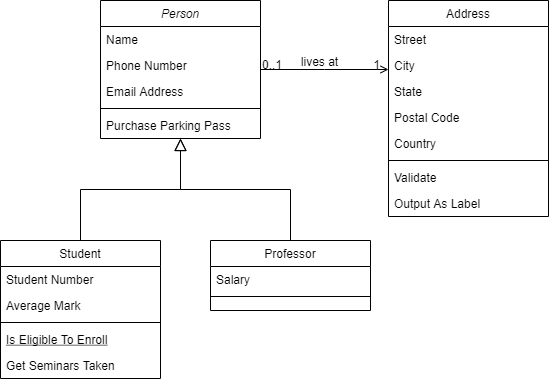
Earlier version of the draw.io export TurboFi Diagram.drawio.png (TuboFit/documentacao). Source tidied: cells renumbered, new cells last; positions are measured from the earlier drawing's top-left corner, leaving out a move shared by most shapes.
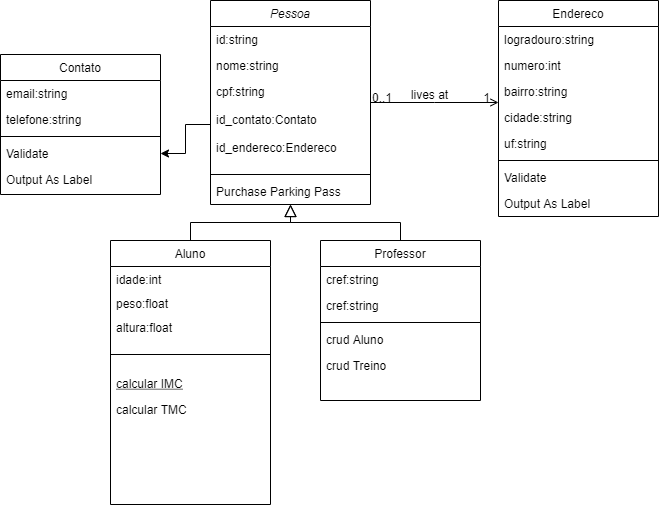
After the change.

Diff of the diagram source:
```diff
@@ -2,75 +2,87 @@
   <root>
     <mxCell id="0" />
     <mxCell id="1" parent="0" />
-    <mxCell id="2" value="Person" style="swimlane;fontStyle=2;align=center;verticalAlign=top;horizontal=1;startSize=26;rounded=0;shadow=0;strokeWidth=1;" parent="1" vertex="1">
-      <mxGeometry x="100" width="160" height="138" as="geometry" />
+    <mxCell id="2" value="Pessoa" style="swimlane;fontStyle=2;align=center;verticalAlign=top;horizontal=1;startSize=26;rounded=0;shadow=0;strokeWidth=1;" parent="1" vertex="1">
+      <mxGeometry x="100" width="160" height="204" as="geometry" />
     </mxCell>
-    <mxCell id="3" value="Name" style="text;align=left;verticalAlign=top;spacingLeft=4;spacingRight=4;overflow=hidden;" parent="2" vertex="1">
+    <mxCell id="3" value="id:string" style="text;align=left;verticalAlign=top;spacingLeft=4;spacingRight=4;overflow=hidden;" parent="2" vertex="1">
       <mxGeometry y="26" width="160" height="26" as="geometry" />
     </mxCell>
-    <mxCell id="4" value="Phone Number" style="text;align=left;verticalAlign=top;spacingLeft=4;spacingRight=4;overflow=hidden;rounded=0;shadow=0;html=0;" parent="2" vertex="1">
+    <mxCell id="4" value="nome:string" style="text;align=left;verticalAlign=top;spacingLeft=4;spacingRight=4;overflow=hidden;rounded=0;shadow=0;html=0;" parent="2" vertex="1">
       <mxGeometry y="52" width="160" height="26" as="geometry" />
     </mxCell>
-    <mxCell id="5" value="Email Address" style="text;align=left;verticalAlign=top;spacingLeft=4;spacingRight=4;overflow=hidden;points=[[0,0.5],[1,0.5]];portConstraint=eastwest;rounded=0;shadow=0;html=0;" parent="2" vertex="1">
-      <mxGeometry y="78" width="160" height="26" as="geometry" />
+    <mxCell id="5" value="cpf:string&#10;&#10;id_contato:Contato&#10;&#10;id_endereco:Endereco" style="text;align=left;verticalAlign=top;spacingLeft=4;spacingRight=4;overflow=hidden;points=[[0,0.5],[1,0.5]];portConstraint=eastwest;rounded=0;shadow=0;html=0;" parent="2" vertex="1">
+      <mxGeometry y="78" width="160" height="92" as="geometry" />
     </mxCell>
     <mxCell id="6" style="line;html=1;strokeWidth=1;align=left;verticalAlign=middle;spacingTop=-1;spacingLeft=3;spacingRight=3;labelPosition=right;" parent="2" vertex="1">
-      <mxGeometry y="104" width="160" height="8" as="geometry" />
+      <mxGeometry y="170" width="160" height="8" as="geometry" />
     </mxCell>
     <mxCell id="7" value="Purchase Parking Pass" style="text;align=left;verticalAlign=top;spacingLeft=4;spacingRight=4;overflow=hidden;" parent="2" vertex="1">
-      <mxGeometry y="112" width="160" height="26" as="geometry" />
+      <mxGeometry y="178" width="160" height="26" as="geometry" />
     </mxCell>
-    <mxCell id="8" value="Student" style="swimlane;fontStyle=0;align=center;verticalAlign=top;horizontal=1;startSize=26;rounded=0;shadow=0;strokeWidth=1;" parent="1" vertex="1">
-      <mxGeometry y="240" width="160" height="138" as="geometry" />
+    <mxCell id="8" value="Aluno" style="swimlane;fontStyle=0;align=center;verticalAlign=top;horizontal=1;startSize=26;rounded=0;shadow=0;strokeWidth=1;" parent="1" vertex="1">
+      <mxGeometry y="240" width="160" height="264" as="geometry" />
     </mxCell>
-    <mxCell id="9" value="Student Number" style="text;align=left;verticalAlign=top;spacingLeft=4;spacingRight=4;overflow=hidden;" parent="8" vertex="1">
-      <mxGeometry y="26" width="160" height="26" as="geometry" />
-    </mxCell>
-    <mxCell id="10" value="Average Mark" style="text;align=left;verticalAlign=top;spacingLeft=4;spacingRight=4;overflow=hidden;rounded=0;shadow=0;html=0;" parent="8" vertex="1">
-      <mxGeometry y="52" width="160" height="26" as="geometry" />
+    <mxCell id="10" value="idade:int&#10;&#10;altura:float&#10;&#10;peso:flooat&#10;" style="text;align=left;verticalAlign=top;spacingLeft=4;spacingRight=4;overflow=hidden;rounded=0;shadow=0;html=0;" parent="8" vertex="1">
+      <mxGeometry y="26" width="160" height="24" as="geometry" />
     </mxCell>
+    <mxCell id="32" value="peso:float" style="text;align=left;verticalAlign=top;spacingLeft=4;spacingRight=4;overflow=hidden;rounded=0;shadow=0;html=0;" parent="8" vertex="1">
+      <mxGeometry y="50" width="160" height="24" as="geometry" />
+    </mxCell>
+    <mxCell id="33" value="altura:float" style="text;align=left;verticalAlign=top;spacingLeft=4;spacingRight=4;overflow=hidden;rounded=0;shadow=0;html=0;" parent="8" vertex="1">
+      <mxGeometry y="74" width="160" height="24" as="geometry" />
+    </mxCell>
     <mxCell id="11" style="line;html=1;strokeWidth=1;align=left;verticalAlign=middle;spacingTop=-1;spacingLeft=3;spacingRight=3;labelPosition=right;" parent="8" vertex="1">
-      <mxGeometry y="78" width="160" height="8" as="geometry" />
+      <mxGeometry y="98" width="160" height="32" as="geometry" />
     </mxCell>
-    <mxCell id="12" value="Is Eligible To Enroll" style="text;align=left;verticalAlign=top;spacingLeft=4;spacingRight=4;overflow=hidden;fontStyle=4;" parent="8" vertex="1">
-      <mxGeometry y="86" width="160" height="26" as="geometry" />
+    <mxCell id="12" value="calcular IMC" style="text;align=left;verticalAlign=top;spacingLeft=4;spacingRight=4;overflow=hidden;fontStyle=4;" parent="8" vertex="1">
+      <mxGeometry y="130" width="160" height="26" as="geometry" />
     </mxCell>
-    <mxCell id="13" value="Get Seminars Taken" style="text;align=left;verticalAlign=top;spacingLeft=4;spacingRight=4;overflow=hidden;" parent="8" vertex="1">
-      <mxGeometry y="112" width="160" height="26" as="geometry" />
+    <mxCell id="13" value="calcular TMC" style="text;align=left;verticalAlign=top;spacingLeft=4;spacingRight=4;overflow=hidden;" parent="8" vertex="1">
+      <mxGeometry y="156" width="160" height="26" as="geometry" />
     </mxCell>
     <mxCell id="14" style="endArrow=block;endSize=10;endFill=0;shadow=0;strokeWidth=1;rounded=0;edgeStyle=elbowEdgeStyle;elbow=vertical;" parent="1" edge="1" source="8" target="2">
       <mxGeometry relative="1" as="geometry" />
     </mxCell>
     <mxCell id="15" value="Professor" style="swimlane;fontStyle=0;align=center;verticalAlign=top;horizontal=1;startSize=26;rounded=0;shadow=0;strokeWidth=1;" parent="1" vertex="1">
-      <mxGeometry x="210" y="240" width="160" height="70" as="geometry" />
+      <mxGeometry x="210" y="240" width="160" height="160" as="geometry" />
     </mxCell>
-    <mxCell id="16" value="Salary" style="text;align=left;verticalAlign=top;spacingLeft=4;spacingRight=4;overflow=hidden;" parent="15" vertex="1">
+    <mxCell id="16" value="cref:string" style="text;align=left;verticalAlign=top;spacingLeft=4;spacingRight=4;overflow=hidden;" parent="15" vertex="1">
       <mxGeometry y="26" width="160" height="26" as="geometry" />
     </mxCell>
+    <mxCell id="34" value="cref:string" style="text;align=left;verticalAlign=top;spacingLeft=4;spacingRight=4;overflow=hidden;" parent="15" vertex="1">
+      <mxGeometry y="52" width="160" height="26" as="geometry" />
+    </mxCell>
     <mxCell id="17" style="line;html=1;strokeWidth=1;align=left;verticalAlign=middle;spacingTop=-1;spacingLeft=3;spacingRight=3;labelPosition=right;" parent="15" vertex="1">
-      <mxGeometry y="52" width="160" height="8" as="geometry" />
+      <mxGeometry y="78" width="160" height="8" as="geometry" />
     </mxCell>
+    <mxCell id="35" value="crud Aluno" style="text;align=left;verticalAlign=top;spacingLeft=4;spacingRight=4;overflow=hidden;" parent="15" vertex="1">
+      <mxGeometry y="86" width="160" height="26" as="geometry" />
+    </mxCell>
+    <mxCell id="36" value="crud Treino" style="text;align=left;verticalAlign=top;spacingLeft=4;spacingRight=4;overflow=hidden;" parent="15" vertex="1">
+      <mxGeometry y="112" width="160" height="26" as="geometry" />
+    </mxCell>
     <mxCell id="18" style="endArrow=block;endSize=10;endFill=0;shadow=0;strokeWidth=1;rounded=0;edgeStyle=elbowEdgeStyle;elbow=vertical;" parent="1" edge="1" source="15" target="2">
       <mxGeometry relative="1" as="geometry" />
     </mxCell>
-    <mxCell id="19" value="Address" style="swimlane;fontStyle=0;align=center;verticalAlign=top;horizontal=1;startSize=26;rounded=0;shadow=0;strokeWidth=1;" parent="1" vertex="1">
+    <mxCell id="19" value="Endereco" style="swimlane;fontStyle=0;align=center;verticalAlign=top;horizontal=1;startSize=26;rounded=0;shadow=0;strokeWidth=1;" parent="1" vertex="1">
       <mxGeometry x="388" width="160" height="216" as="geometry" />
     </mxCell>
-    <mxCell id="20" value="Street" style="text;align=left;verticalAlign=top;spacingLeft=4;spacingRight=4;overflow=hidden;" parent="19" vertex="1">
+    <mxCell id="20" value="logradouro:string" style="text;align=left;verticalAlign=top;spacingLeft=4;spacingRight=4;overflow=hidden;" parent="19" vertex="1">
       <mxGeometry y="26" width="160" height="26" as="geometry" />
     </mxCell>
+    <mxCell id="24" value="numero:int" style="text;align=left;verticalAlign=top;spacingLeft=4;spacingRight=4;overflow=hidden;rounded=0;shadow=0;html=0;" parent="19" vertex="1">
+      <mxGeometry y="52" width="160" height="26" as="geometry" />
+    </mxCell>
+    <mxCell id="23" value="bairro:string" style="text;align=left;verticalAlign=top;spacingLeft=4;spacingRight=4;overflow=hidden;rounded=0;shadow=0;html=0;" parent="19" vertex="1">
+      <mxGeometry y="78" width="160" height="26" as="geometry" />
+    </mxCell>
-    <mxCell id="21" value="City" style="text;align=left;verticalAlign=top;spacingLeft=4;spacingRight=4;overflow=hidden;rounded=0;shadow=0;html=0;" parent="19" vertex="1">
-      <mxGeometry y="52" width="160" height="26" as="geometry" />
+    <mxCell id="21" value="cidade:string" style="text;align=left;verticalAlign=top;spacingLeft=4;spacingRight=4;overflow=hidden;rounded=0;shadow=0;html=0;" parent="19" vertex="1">
+      <mxGeometry y="104" width="160" height="26" as="geometry" />
     </mxCell>
-    <mxCell id="22" value="State" style="text;align=left;verticalAlign=top;spacingLeft=4;spacingRight=4;overflow=hidden;rounded=0;shadow=0;html=0;" parent="19" vertex="1">
-      <mxGeometry y="78" width="160" height="26" as="geometry" />
+    <mxCell id="22" value="uf:string" style="text;align=left;verticalAlign=top;spacingLeft=4;spacingRight=4;overflow=hidden;rounded=0;shadow=0;html=0;" parent="19" vertex="1">
+      <mxGeometry y="130" width="160" height="26" as="geometry" />
     </mxCell>
-    <mxCell id="23" value="Postal Code" style="text;align=left;verticalAlign=top;spacingLeft=4;spacingRight=4;overflow=hidden;rounded=0;shadow=0;html=0;" parent="19" vertex="1">
-      <mxGeometry y="104" width="160" height="26" as="geometry" />
-    </mxCell>
-    <mxCell id="24" value="Country" style="text;align=left;verticalAlign=top;spacingLeft=4;spacingRight=4;overflow=hidden;rounded=0;shadow=0;html=0;" parent="19" vertex="1">
-      <mxGeometry y="130" width="160" height="26" as="geometry" />
-    </mxCell>
     <mxCell id="25" style="line;html=1;strokeWidth=1;align=left;verticalAlign=middle;spacingTop=-1;spacingLeft=3;spacingRight=3;labelPosition=right;" parent="19" vertex="1">
       <mxGeometry y="156" width="160" height="8" as="geometry" />
     </mxCell>
@@ -100,5 +112,26 @@
         <mxPoint x="-38" y="40" as="offset" />
       </mxGeometry>
     </mxCell>
+    <mxCell id="37" value="Contato" style="swimlane;fontStyle=0;align=center;verticalAlign=top;horizontal=1;startSize=26;rounded=0;shadow=0;strokeWidth=1;" parent="1" vertex="1">
+      <mxGeometry x="-110" y="54" width="160" height="140" as="geometry" />
+    </mxCell>
+    <mxCell id="38" value="email:string" style="text;align=left;verticalAlign=top;spacingLeft=4;spacingRight=4;overflow=hidden;" parent="37" vertex="1">
+      <mxGeometry y="26" width="160" height="26" as="geometry" />
+    </mxCell>
+    <mxCell id="39" value="telefone:string" style="text;align=left;verticalAlign=top;spacingLeft=4;spacingRight=4;overflow=hidden;rounded=0;shadow=0;html=0;" parent="37" vertex="1">
+      <mxGeometry y="52" width="160" height="26" as="geometry" />
+    </mxCell>
+    <mxCell id="40" style="line;html=1;strokeWidth=1;align=left;verticalAlign=middle;spacingTop=-1;spacingLeft=3;spacingRight=3;labelPosition=right;" parent="37" vertex="1">
+      <mxGeometry y="78" width="160" height="8" as="geometry" />
+    </mxCell>
+    <mxCell id="41" value="Validate" style="text;align=left;verticalAlign=top;spacingLeft=4;spacingRight=4;overflow=hidden;points=[[0,0.5],[1,0.5]];portConstraint=eastwest;" parent="37" vertex="1">
+      <mxGeometry y="86" width="160" height="26" as="geometry" />
+    </mxCell>
+    <mxCell id="42" value="Output As Label" style="text;align=left;verticalAlign=top;spacingLeft=4;spacingRight=4;overflow=hidden;" parent="37" vertex="1">
+      <mxGeometry y="112" width="160" height="26" as="geometry" />
+    </mxCell>
+    <mxCell id="43" style="edgeStyle=orthogonalEdgeStyle;rounded=0;jettySize=auto;html=1;" parent="1" edge="1" source="5" target="41">
+      <mxGeometry relative="1" as="geometry" />
+    </mxCell>
   </root>
 </mxGraphModel>
```
